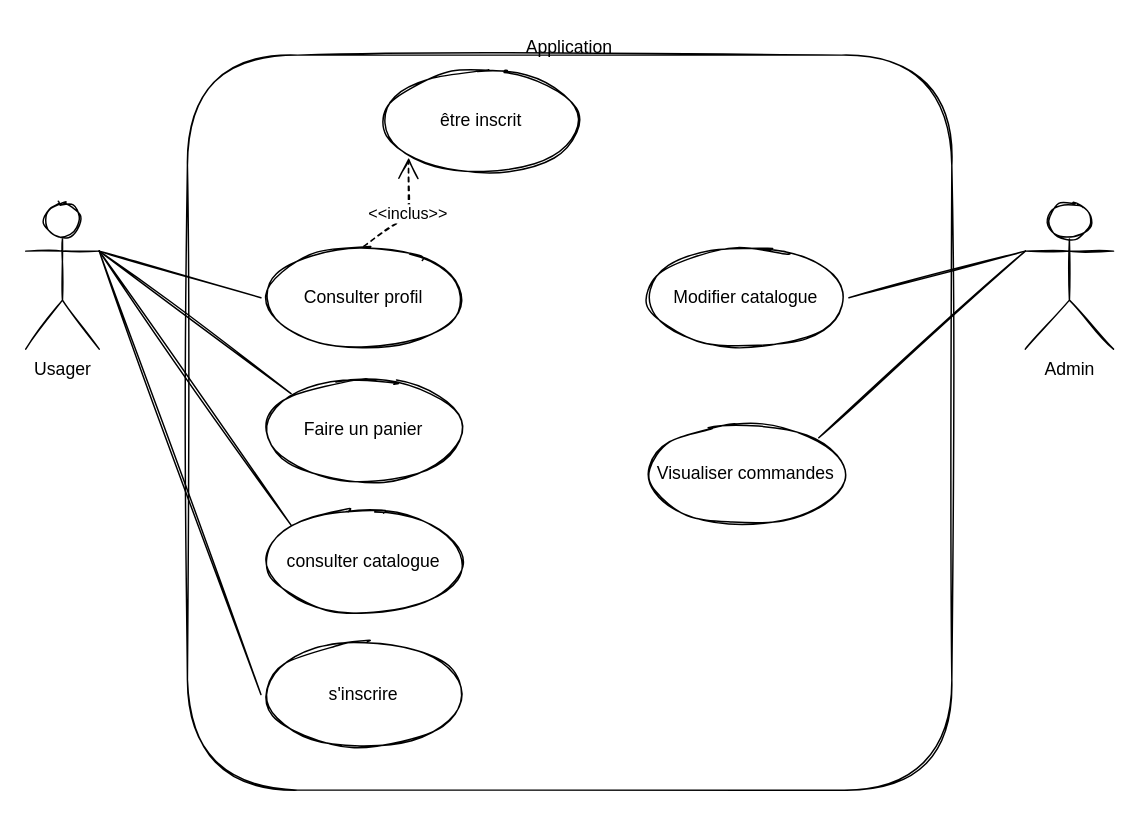
This is UML/cas_utilisation.drawio from AlexisDai/fil_rouge, a draw.io file, before an edit. Source tidied: cells renumbered, new cells numbered last; positions are measured from the earlier drawing's top-left corner, leaving out a move shared by most shapes. Both pictures are drawn from the tidied source at 147%, with x=0, y=0 at pixel (25, 25).
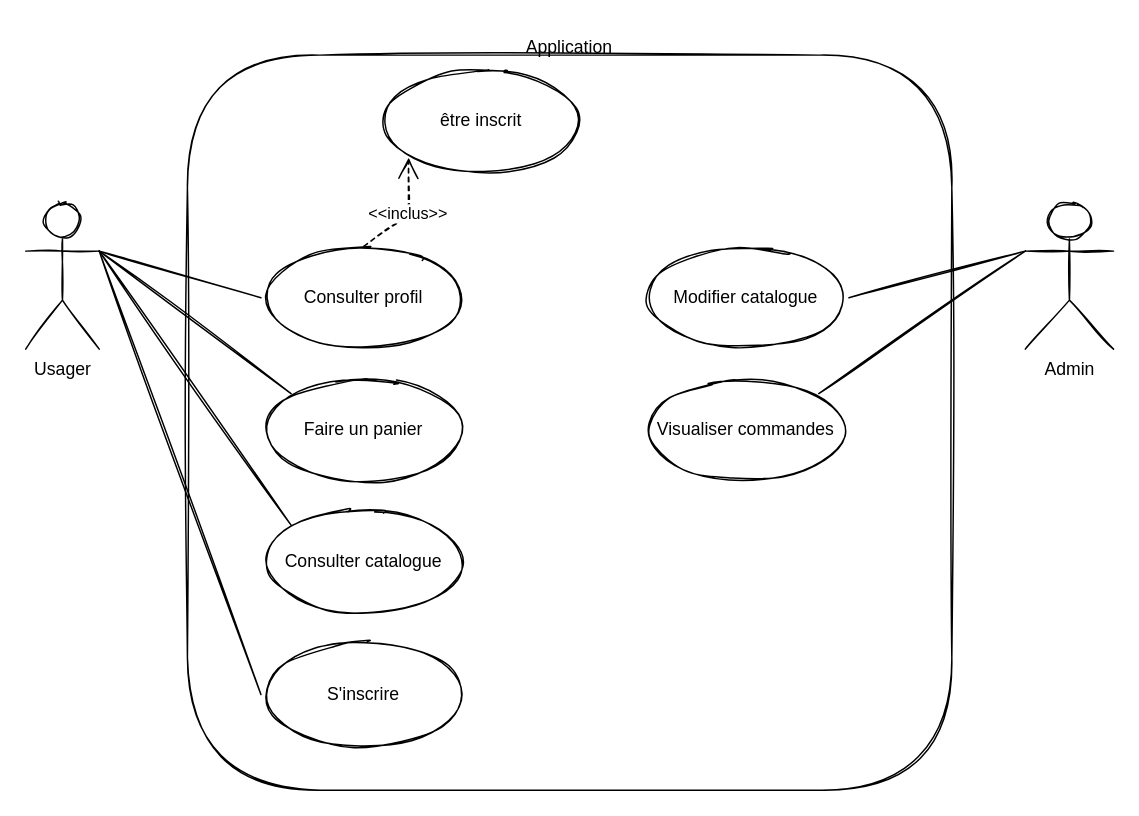
Above is the later version.

What changed in the source:
```diff
@@
-    <mxCell id="2" style="rounded=1;whiteSpace=wrap;html=1;sketch=1;" parent="1" vertex="1">
+    <mxCell id="2" style="rounded=1;whiteSpace=wrap;html=1;sketch=1;arcSize=18;" parent="1" vertex="1">
       <mxGeometry x="110" y="20" width="520" height="500" as="geometry" />
     </mxCell>
@@
     <mxCell id="14" value="Visualiser commandes" style="ellipse;whiteSpace=wrap;html=1;sketch=1;" parent="1" vertex="1">
-      <mxGeometry x="420" y="270" width="140" height="70" as="geometry" />
+      <mxGeometry x="420" y="240" width="140" height="70" as="geometry" />
     </mxCell>
@@
-    <mxCell id="16" value="consulter catalogue" style="ellipse;whiteSpace=wrap;html=1;sketch=1;" parent="1" vertex="1">
+    <mxCell id="16" value="Consulter catalogue" style="ellipse;whiteSpace=wrap;html=1;sketch=1;" parent="1" vertex="1">
       <mxGeometry x="160" y="329.5" width="140" height="70" as="geometry" />
     </mxCell>
@@
-    <mxCell id="18" value="s'inscrire" style="ellipse;whiteSpace=wrap;html=1;sketch=1;" parent="1" vertex="1">
+    <mxCell id="18" value="S'inscrire" style="ellipse;whiteSpace=wrap;html=1;sketch=1;" parent="1" vertex="1">
       <mxGeometry x="160" y="420" width="140" height="70" as="geometry" />
     </mxCell>
```
